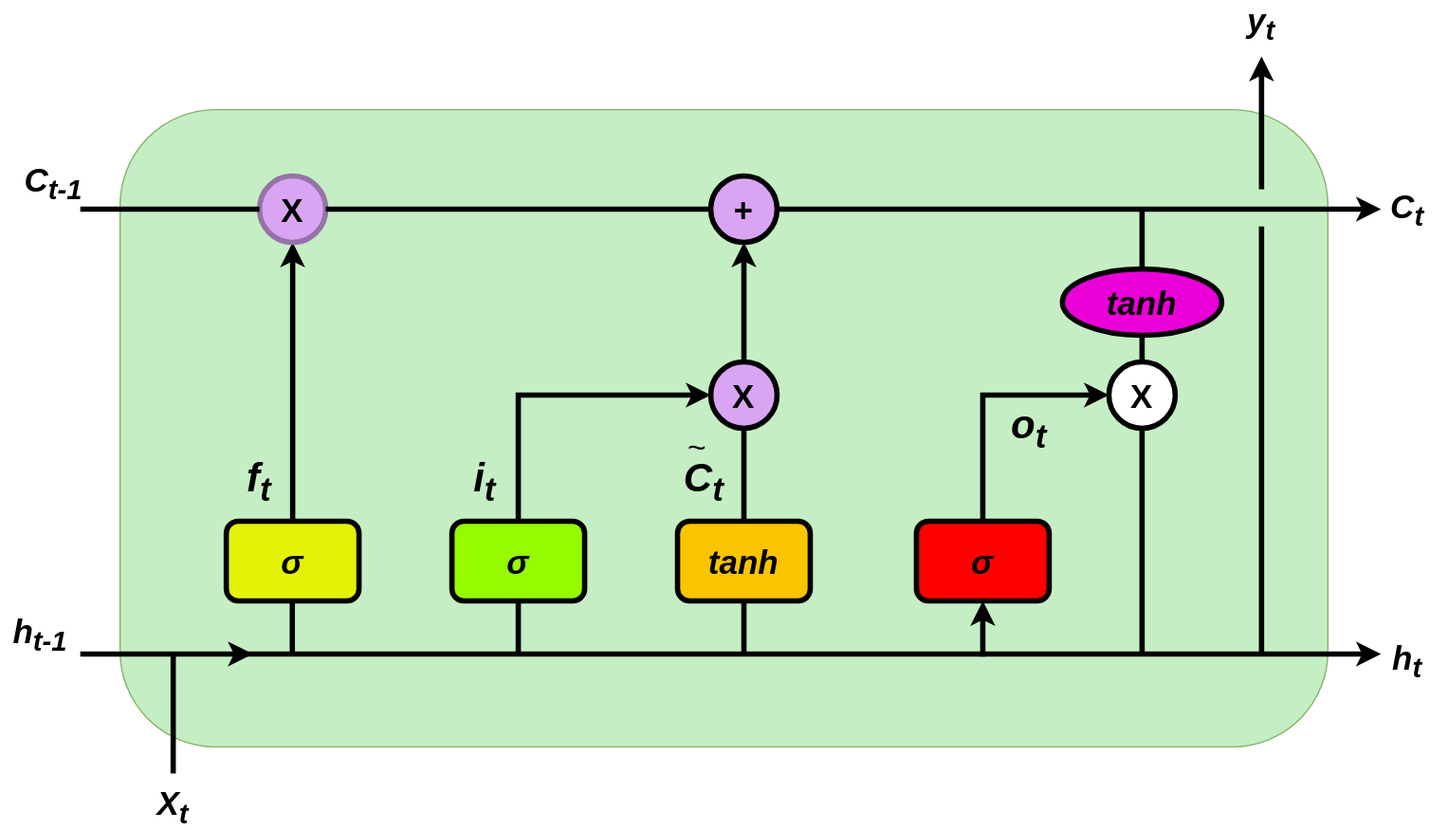
Before: LSTM.svg, a diagram exported from draw.io (williamm6891/Actividad_1). Source tidied: cells renumbered, new cells last; positions are measured from the earlier drawing's top-left corner, leaving out a move shared by most shapes. Its diagram source:
```xml
<mxGraphModel>
  <root>
    <mxCell id="0" />
    <mxCell id="1" parent="0" />
    <mxCell id="2" style="rounded=1;whiteSpace=wrap;html=1;fillColor=#c6eec4;strokeColor=#82b366;" parent="1" vertex="1">
      <mxGeometry x="90" y="80" width="910" height="480" as="geometry" />
    </mxCell>
    <mxCell id="3" style="edgeStyle=orthogonalEdgeStyle;rounded=0;jettySize=auto;html=1;entryX=0.5;entryY=1;entryDx=0;entryDy=0;strokeWidth=4;" parent="1" edge="1" source="4" target="10">
      <mxGeometry relative="1" as="geometry" />
    </mxCell>
    <mxCell id="4" value="&lt;font style=&quot;font-size: 25px;&quot;&gt;&lt;b&gt;&lt;i&gt;σ&lt;/i&gt;&lt;/b&gt;&lt;/font&gt;" style="rounded=1;whiteSpace=wrap;html=1;strokeWidth=4;fillColor=#e3f207;" parent="1" vertex="1">
      <mxGeometry x="170" y="390" width="100" height="60" as="geometry" />
    </mxCell>
    <mxCell id="5" style="edgeStyle=orthogonalEdgeStyle;rounded=0;jettySize=auto;html=1;entryX=0;entryY=0.5;entryDx=0;entryDy=0;strokeWidth=4;" parent="1" edge="1" source="6" target="14">
      <mxGeometry relative="1" as="geometry">
        <Array as="points">
          <mxPoint x="390" y="295" />
        </Array>
      </mxGeometry>
    </mxCell>
    <mxCell id="6" value="&lt;font style=&quot;font-size: 25px;&quot;&gt;&lt;b&gt;&lt;i&gt;σ&lt;/i&gt;&lt;/b&gt;&lt;/font&gt;" style="rounded=1;whiteSpace=wrap;html=1;strokeWidth=4;fillColor=#96fa00;" parent="1" vertex="1">
      <mxGeometry x="340" y="390" width="100" height="60" as="geometry" />
    </mxCell>
    <mxCell id="7" value="&lt;font style=&quot;font-size: 25px;&quot;&gt;&lt;b&gt;&lt;i&gt;tanh&lt;/i&gt;&lt;/b&gt;&lt;/font&gt;" style="rounded=1;whiteSpace=wrap;html=1;strokeWidth=4;fillColor=#fac400;" parent="1" vertex="1">
      <mxGeometry x="510" y="390" width="100" height="60" as="geometry" />
    </mxCell>
    <mxCell id="8" style="edgeStyle=orthogonalEdgeStyle;rounded=0;jettySize=auto;html=1;entryX=0;entryY=0.5;entryDx=0;entryDy=0;strokeWidth=4;" parent="1" edge="1" source="9" target="15">
      <mxGeometry relative="1" as="geometry">
        <Array as="points">
          <mxPoint x="740" y="295" />
        </Array>
      </mxGeometry>
    </mxCell>
    <mxCell id="9" value="&lt;font style=&quot;font-size: 25px;&quot;&gt;&lt;b&gt;&lt;i&gt;σ&lt;/i&gt;&lt;/b&gt;&lt;/font&gt;" style="rounded=1;whiteSpace=wrap;html=1;strokeWidth=4;fillColor=#ff0000;" parent="1" vertex="1">
      <mxGeometry x="690" y="390" width="100" height="60" as="geometry" />
    </mxCell>
    <mxCell id="10" value="&lt;font size=&quot;1&quot; style=&quot;&quot;&gt;&lt;b style=&quot;font-size: 25px;&quot;&gt;X&lt;/b&gt;&lt;/font&gt;" style="ellipse;whiteSpace=wrap;html=1;strokeWidth=4;fillColor=#d9a5f3;strokeColor=#9673a6;" parent="1" vertex="1">
      <mxGeometry x="195" y="130" width="50" height="50" as="geometry" />
    </mxCell>
    <mxCell id="11" style="edgeStyle=orthogonalEdgeStyle;rounded=0;jettySize=auto;html=1;strokeWidth=4;" parent="1" edge="1" source="12">
      <mxGeometry relative="1" as="geometry">
        <mxPoint x="1040" y="155" as="targetPoint" />
      </mxGeometry>
    </mxCell>
    <mxCell id="12" value="&lt;font size=&quot;1&quot; style=&quot;&quot;&gt;&lt;b style=&quot;font-size: 25px;&quot;&gt;+&lt;/b&gt;&lt;/font&gt;" style="ellipse;whiteSpace=wrap;html=1;strokeWidth=4;fillColor=#d9a5f3;" parent="1" vertex="1">
      <mxGeometry x="535" y="130" width="50" height="50" as="geometry" />
    </mxCell>
    <mxCell id="13" style="edgeStyle=orthogonalEdgeStyle;rounded=0;jettySize=auto;html=1;strokeWidth=4;" parent="1" edge="1" source="14" target="12">
      <mxGeometry relative="1" as="geometry" />
    </mxCell>
    <mxCell id="14" value="&lt;b&gt;&lt;font style=&quot;font-size: 25px;&quot;&gt;X&lt;/font&gt;&lt;/b&gt;" style="ellipse;whiteSpace=wrap;html=1;strokeWidth=4;fillColor=#d9a5f3;" parent="1" vertex="1">
      <mxGeometry x="535" y="270" width="50" height="50" as="geometry" />
    </mxCell>
    <mxCell id="15" value="&lt;font style=&quot;font-size: 25px;&quot;&gt;&lt;b&gt;X&lt;/b&gt;&lt;/font&gt;" style="ellipse;whiteSpace=wrap;html=1;strokeWidth=4;" parent="1" vertex="1">
      <mxGeometry x="835" y="270" width="50" height="50" as="geometry" />
    </mxCell>
    <mxCell id="16" value="&lt;font style=&quot;font-size: 25px;&quot;&gt;&lt;b&gt;&lt;i&gt;tanh&lt;/i&gt;&lt;/b&gt;&lt;/font&gt;" style="ellipse;whiteSpace=wrap;html=1;strokeWidth=4;fillColor=#eb00d7;" parent="1" vertex="1">
      <mxGeometry x="800" y="200" width="120" height="50" as="geometry" />
    </mxCell>
    <mxCell id="17" style="endArrow=classic;html=1;rounded=0;strokeWidth=4;" parent="1" edge="1">
      <mxGeometry relative="1" as="geometry">
        <mxPoint x="60" y="490" as="sourcePoint" />
        <mxPoint x="190" y="490" as="targetPoint" />
      </mxGeometry>
    </mxCell>
    <mxCell id="18" style="endArrow=none;html=1;rounded=0;entryX=0;entryY=0.5;entryDx=0;entryDy=0;strokeWidth=4;" parent="1" edge="1" target="10">
      <mxGeometry relative="1" as="geometry">
        <mxPoint x="60" y="155" as="sourcePoint" />
      </mxGeometry>
    </mxCell>
    <mxCell id="19" style="endArrow=none;html=1;rounded=0;strokeWidth=4;" parent="1" edge="1">
      <mxGeometry relative="1" as="geometry">
        <mxPoint x="180" y="490" as="sourcePoint" />
        <mxPoint x="740" y="490" as="targetPoint" />
      </mxGeometry>
    </mxCell>
    <mxCell id="20" style="endArrow=none;html=1;rounded=0;entryX=0.5;entryY=1;entryDx=0;entryDy=0;strokeWidth=4;" parent="1" edge="1" target="6">
      <mxGeometry relative="1" as="geometry">
        <mxPoint x="390" y="490" as="sourcePoint" />
      </mxGeometry>
    </mxCell>
    <mxCell id="21" style="endArrow=none;html=1;rounded=0;entryX=0;entryY=0.5;entryDx=0;entryDy=0;strokeWidth=4;exitX=1;exitY=0.5;exitDx=0;exitDy=0;" parent="1" edge="1" source="10" target="12">
      <mxGeometry relative="1" as="geometry" />
    </mxCell>
    <mxCell id="22" style="endArrow=none;html=1;rounded=0;entryX=0.5;entryY=1;entryDx=0;entryDy=0;strokeWidth=4;" parent="1" edge="1" target="7">
      <mxGeometry relative="1" as="geometry">
        <mxPoint x="560" y="490" as="sourcePoint" />
      </mxGeometry>
    </mxCell>
    <mxCell id="23" style="endArrow=classic;html=1;rounded=0;entryX=0.5;entryY=1;entryDx=0;entryDy=0;strokeWidth=4;" parent="1" edge="1" target="9">
      <mxGeometry relative="1" as="geometry">
        <mxPoint x="740" y="492" as="sourcePoint" />
      </mxGeometry>
    </mxCell>
    <mxCell id="24" style="endArrow=none;html=1;rounded=0;entryX=0.5;entryY=1;entryDx=0;entryDy=0;strokeWidth=4;" parent="1" edge="1">
      <mxGeometry relative="1" as="geometry">
        <mxPoint x="219.7" y="490" as="sourcePoint" />
        <mxPoint x="219.7" y="450" as="targetPoint" />
      </mxGeometry>
    </mxCell>
    <mxCell id="25" style="endArrow=none;html=1;rounded=0;exitX=0.5;exitY=0;exitDx=0;exitDy=0;entryX=0.5;entryY=1;entryDx=0;entryDy=0;strokeWidth=4;" parent="1" edge="1" source="7" target="14">
      <mxGeometry relative="1" as="geometry" />
    </mxCell>
    <mxCell id="26" style="endArrow=none;html=1;rounded=0;exitX=0.5;exitY=0;exitDx=0;exitDy=0;strokeWidth=4;" parent="1" edge="1" source="15">
      <mxGeometry relative="1" as="geometry">
        <mxPoint x="860" y="250" as="targetPoint" />
      </mxGeometry>
    </mxCell>
    <mxCell id="27" style="endArrow=none;html=1;rounded=0;endSize=3;strokeWidth=4;startSize=3;jumpSize=2;strokeColor=default;" parent="1" edge="1">
      <mxGeometry relative="1" as="geometry">
        <mxPoint x="860" y="200" as="sourcePoint" />
        <mxPoint x="860" y="155" as="targetPoint" />
      </mxGeometry>
    </mxCell>
    <mxCell id="28" style="endArrow=none;html=1;rounded=0;entryX=0.5;entryY=1;entryDx=0;entryDy=0;strokeWidth=4;" parent="1" edge="1" target="15">
      <mxGeometry relative="1" as="geometry">
        <mxPoint x="860" y="490" as="sourcePoint" />
      </mxGeometry>
    </mxCell>
    <mxCell id="29" style="edgeStyle=orthogonalEdgeStyle;rounded=0;orthogonalLoop=1;jettySize=auto;html=1;strokeWidth=4;" parent="1" edge="1">
      <mxGeometry relative="1" as="geometry">
        <mxPoint x="740" y="490" as="sourcePoint" />
        <mxPoint x="1040" y="490" as="targetPoint" />
      </mxGeometry>
    </mxCell>
    <mxCell id="30" style="endArrow=none;html=1;rounded=0;strokeWidth=4;" parent="1" edge="1">
      <mxGeometry relative="1" as="geometry">
        <mxPoint x="950" y="490" as="sourcePoint" />
        <mxPoint x="950" y="168" as="targetPoint" />
      </mxGeometry>
    </mxCell>
    <mxCell id="31" style="endArrow=classic;html=1;rounded=0;strokeWidth=4;" parent="1" edge="1">
      <mxGeometry relative="1" as="geometry">
        <mxPoint x="950" y="140" as="sourcePoint" />
        <mxPoint x="950" y="40" as="targetPoint" />
      </mxGeometry>
    </mxCell>
    <mxCell id="32" style="endArrow=none;html=1;rounded=0;strokeWidth=4;" parent="1" edge="1">
      <mxGeometry relative="1" as="geometry">
        <mxPoint x="130" y="580" as="sourcePoint" />
        <mxPoint x="130" y="490" as="targetPoint" />
      </mxGeometry>
    </mxCell>
    <mxCell id="33" value="&lt;font style=&quot;font-size: 25px;&quot;&gt;&lt;b&gt;&lt;i&gt;C&lt;sub&gt;t-1&lt;/sub&gt;&lt;/i&gt;&lt;/b&gt;&lt;/font&gt;" style="text;html=1;strokeColor=none;fillColor=none;align=center;verticalAlign=middle;whiteSpace=wrap;rounded=0;" parent="1" vertex="1">
      <mxGeometry x="10" y="120" width="60" height="30" as="geometry" />
    </mxCell>
    <mxCell id="34" value="&lt;font style=&quot;font-size: 25px;&quot;&gt;&lt;b&gt;&lt;i&gt;h&lt;sub&gt;t-1&lt;/sub&gt;&lt;/i&gt;&lt;/b&gt;&lt;/font&gt;" style="text;html=1;strokeColor=none;fillColor=none;align=center;verticalAlign=middle;whiteSpace=wrap;rounded=0;" parent="1" vertex="1">
      <mxGeometry y="460" width="60" height="30" as="geometry" />
    </mxCell>
    <mxCell id="35" value="&lt;font style=&quot;font-size: 25px;&quot;&gt;&lt;b&gt;&lt;i&gt;X&lt;sub&gt;t&lt;/sub&gt;&lt;/i&gt;&lt;/b&gt;&lt;/font&gt;" style="text;html=1;strokeColor=none;fillColor=none;align=center;verticalAlign=middle;whiteSpace=wrap;rounded=0;" parent="1" vertex="1">
      <mxGeometry x="100" y="590" width="60" height="30" as="geometry" />
    </mxCell>
    <mxCell id="36" value="&lt;font style=&quot;font-size: 25px;&quot;&gt;&lt;b&gt;&lt;i&gt;y&lt;sub&gt;t&lt;/sub&gt;&lt;/i&gt;&lt;/b&gt;&lt;/font&gt;" style="text;html=1;strokeColor=none;fillColor=none;align=center;verticalAlign=middle;whiteSpace=wrap;rounded=0;" parent="1" vertex="1">
      <mxGeometry x="920" width="60" height="30" as="geometry" />
    </mxCell>
    <mxCell id="37" value="&lt;font style=&quot;&quot;&gt;&lt;b style=&quot;&quot;&gt;&lt;sub style=&quot;&quot;&gt;&lt;span style=&quot;font-size: 25px;&quot;&gt;&lt;i&gt;C&lt;sub&gt;t&lt;/sub&gt;&lt;/i&gt;&lt;/span&gt;&lt;/sub&gt;&lt;/b&gt;&lt;/font&gt;" style="text;html=1;strokeColor=none;fillColor=none;align=center;verticalAlign=middle;whiteSpace=wrap;rounded=0;" parent="1" vertex="1">
      <mxGeometry x="1030" y="140" width="60" height="30" as="geometry" />
    </mxCell>
    <mxCell id="38" value="&lt;font style=&quot;&quot;&gt;&lt;b style=&quot;&quot;&gt;&lt;sub style=&quot;&quot;&gt;&lt;span style=&quot;font-size: 25px;&quot;&gt;&lt;i&gt;h&lt;sub&gt;t&lt;/sub&gt;&lt;/i&gt;&lt;/span&gt;&lt;/sub&gt;&lt;/b&gt;&lt;/font&gt;" style="text;html=1;strokeColor=none;fillColor=none;align=center;verticalAlign=middle;whiteSpace=wrap;rounded=0;" parent="1" vertex="1">
      <mxGeometry x="1030" y="480" width="60" height="30" as="geometry" />
    </mxCell>
    <mxCell id="39" value="&lt;font style=&quot;&quot;&gt;&lt;b style=&quot;&quot;&gt;&lt;sub style=&quot;font-size: 30px;&quot;&gt;&lt;span style=&quot;&quot;&gt;&lt;i&gt;f&lt;sub&gt;t&lt;/sub&gt;&lt;/i&gt;&lt;/span&gt;&lt;/sub&gt;&lt;/b&gt;&lt;/font&gt;" style="text;html=1;strokeColor=none;fillColor=none;align=center;verticalAlign=middle;whiteSpace=wrap;rounded=0;" parent="1" vertex="1">
      <mxGeometry x="150" y="340" width="90" height="40" as="geometry" />
    </mxCell>
    <mxCell id="40" value="&lt;font style=&quot;&quot;&gt;&lt;b style=&quot;&quot;&gt;&lt;sub style=&quot;font-size: 30px;&quot;&gt;&lt;span style=&quot;&quot;&gt;&lt;i&gt;i&lt;sub&gt;t&lt;/sub&gt;&lt;/i&gt;&lt;/span&gt;&lt;/sub&gt;&lt;/b&gt;&lt;/font&gt;" style="text;html=1;strokeColor=none;fillColor=none;align=center;verticalAlign=middle;whiteSpace=wrap;rounded=0;" parent="1" vertex="1">
      <mxGeometry x="320" y="340" width="90" height="40" as="geometry" />
    </mxCell>
    <mxCell id="41" value="&lt;font style=&quot;&quot;&gt;&lt;b style=&quot;&quot;&gt;&lt;sub style=&quot;font-size: 30px;&quot;&gt;&lt;span style=&quot;&quot;&gt;&lt;i&gt;C&lt;sub&gt;t&lt;/sub&gt;&lt;/i&gt;&lt;/span&gt;&lt;/sub&gt;&lt;/b&gt;&lt;/font&gt;" style="text;html=1;strokeColor=none;fillColor=none;align=center;verticalAlign=middle;whiteSpace=wrap;rounded=0;" parent="1" vertex="1">
      <mxGeometry x="485" y="340" width="90" height="40" as="geometry" />
    </mxCell>
    <mxCell id="42" value="&lt;font style=&quot;font-size: 24px;&quot;&gt;~&lt;/font&gt;" style="text;html=1;strokeColor=none;fillColor=none;align=center;verticalAlign=middle;whiteSpace=wrap;rounded=0;" parent="1" vertex="1">
      <mxGeometry x="490" y="320" width="70" height="30" as="geometry" />
    </mxCell>
    <mxCell id="43" value="&lt;font style=&quot;&quot;&gt;&lt;b style=&quot;&quot;&gt;&lt;sub style=&quot;font-size: 30px;&quot;&gt;&lt;span style=&quot;&quot;&gt;&lt;i&gt;o&lt;sub&gt;t&lt;/sub&gt;&lt;/i&gt;&lt;/span&gt;&lt;/sub&gt;&lt;/b&gt;&lt;/font&gt;" style="text;html=1;strokeColor=none;fillColor=none;align=center;verticalAlign=middle;whiteSpace=wrap;rounded=0;" parent="1" vertex="1">
      <mxGeometry x="730" y="300" width="90" height="40" as="geometry" />
    </mxCell>
  </root>
</mxGraphModel>
```
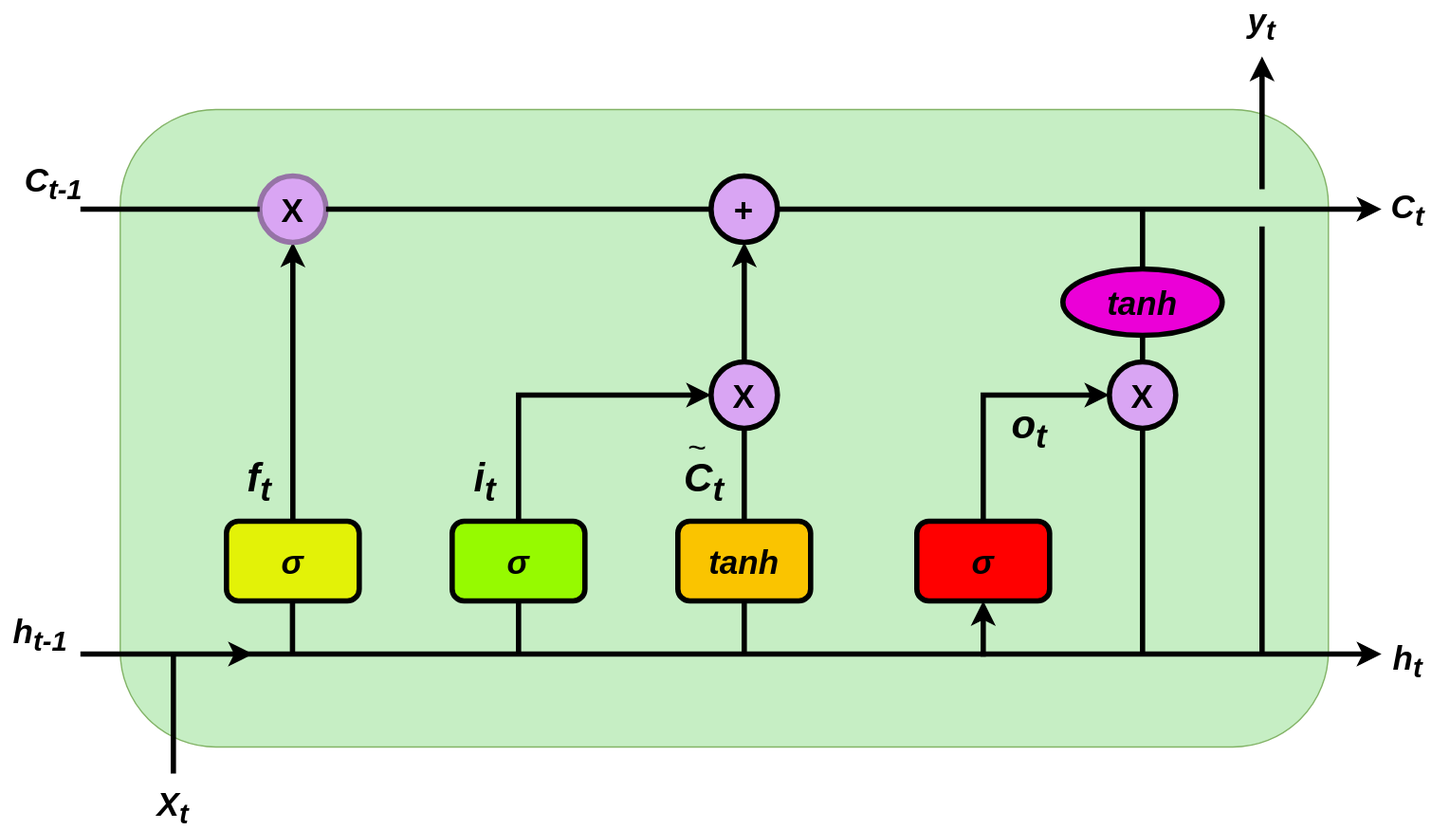
Later version of the same file.

What changed in the source:
```diff
@@ -51,7 +51,7 @@
     <mxCell id="14" value="&lt;b&gt;&lt;font style=&quot;font-size: 25px;&quot;&gt;X&lt;/font&gt;&lt;/b&gt;" style="ellipse;whiteSpace=wrap;html=1;strokeWidth=4;fillColor=#d9a5f3;" parent="1" vertex="1">
       <mxGeometry x="535" y="270" width="50" height="50" as="geometry" />
     </mxCell>
-    <mxCell id="15" value="&lt;font style=&quot;font-size: 25px;&quot;&gt;&lt;b&gt;X&lt;/b&gt;&lt;/font&gt;" style="ellipse;whiteSpace=wrap;html=1;strokeWidth=4;" parent="1" vertex="1">
+    <mxCell id="15" value="&lt;font style=&quot;font-size: 25px;&quot;&gt;&lt;b&gt;X&lt;/b&gt;&lt;/font&gt;" style="ellipse;whiteSpace=wrap;html=1;strokeWidth=4;fillColor=#d9a5f3;" parent="1" vertex="1">
       <mxGeometry x="835" y="270" width="50" height="50" as="geometry" />
     </mxCell>
     <mxCell id="16" value="&lt;font style=&quot;font-size: 25px;&quot;&gt;&lt;b&gt;&lt;i&gt;tanh&lt;/i&gt;&lt;/b&gt;&lt;/font&gt;" style="ellipse;whiteSpace=wrap;html=1;strokeWidth=4;fillColor=#eb00d7;" parent="1" vertex="1">
```
